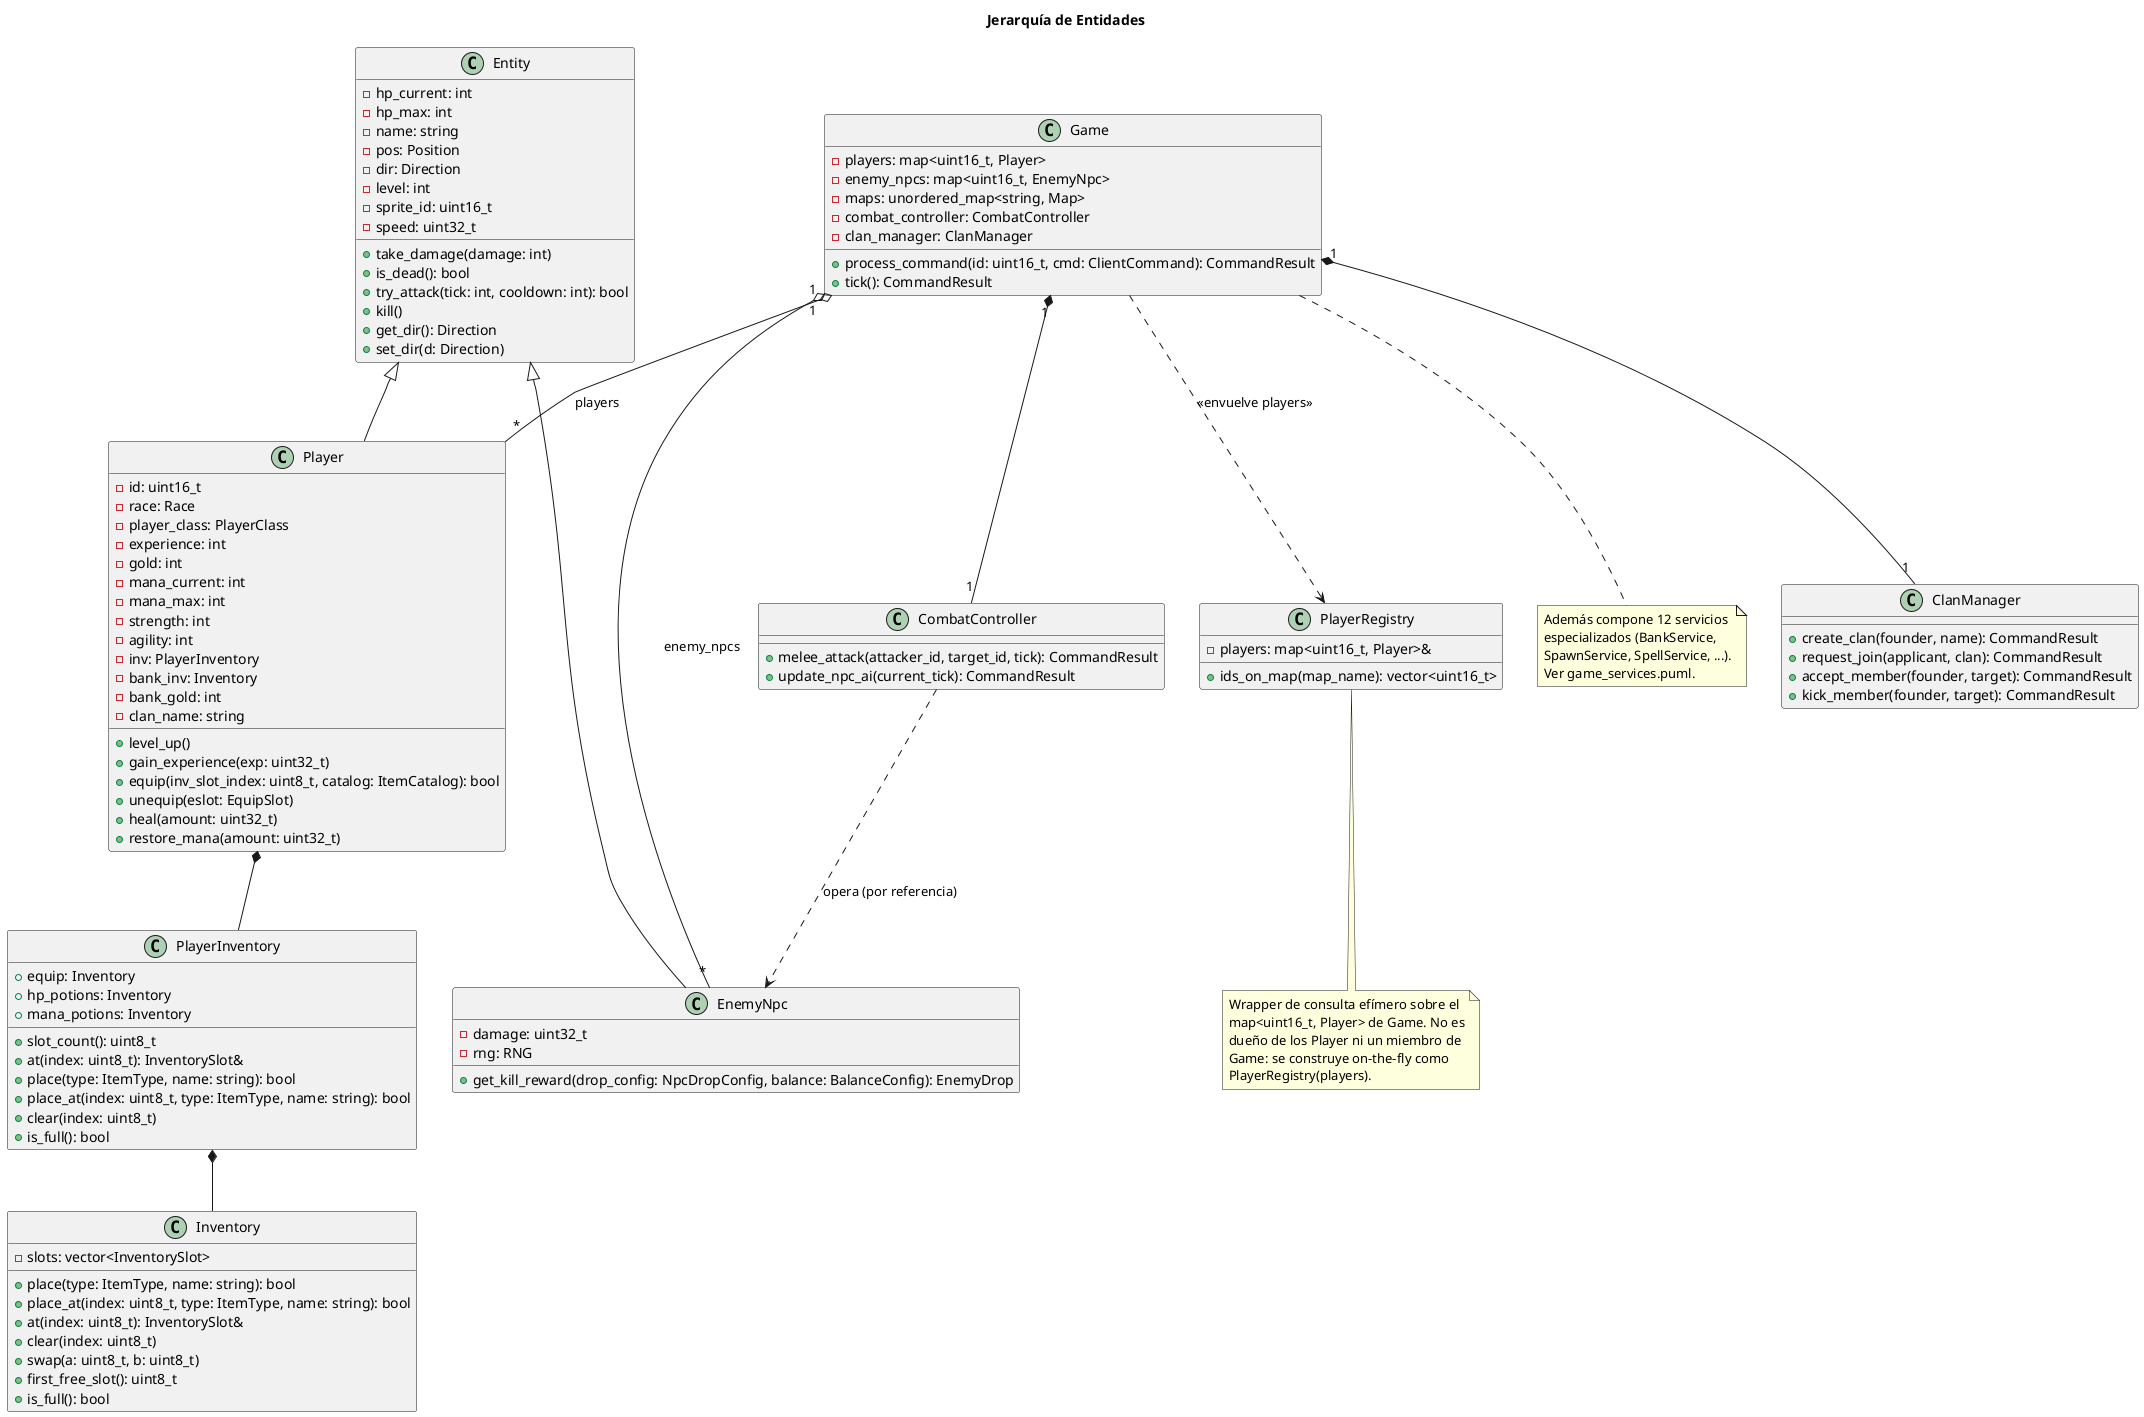
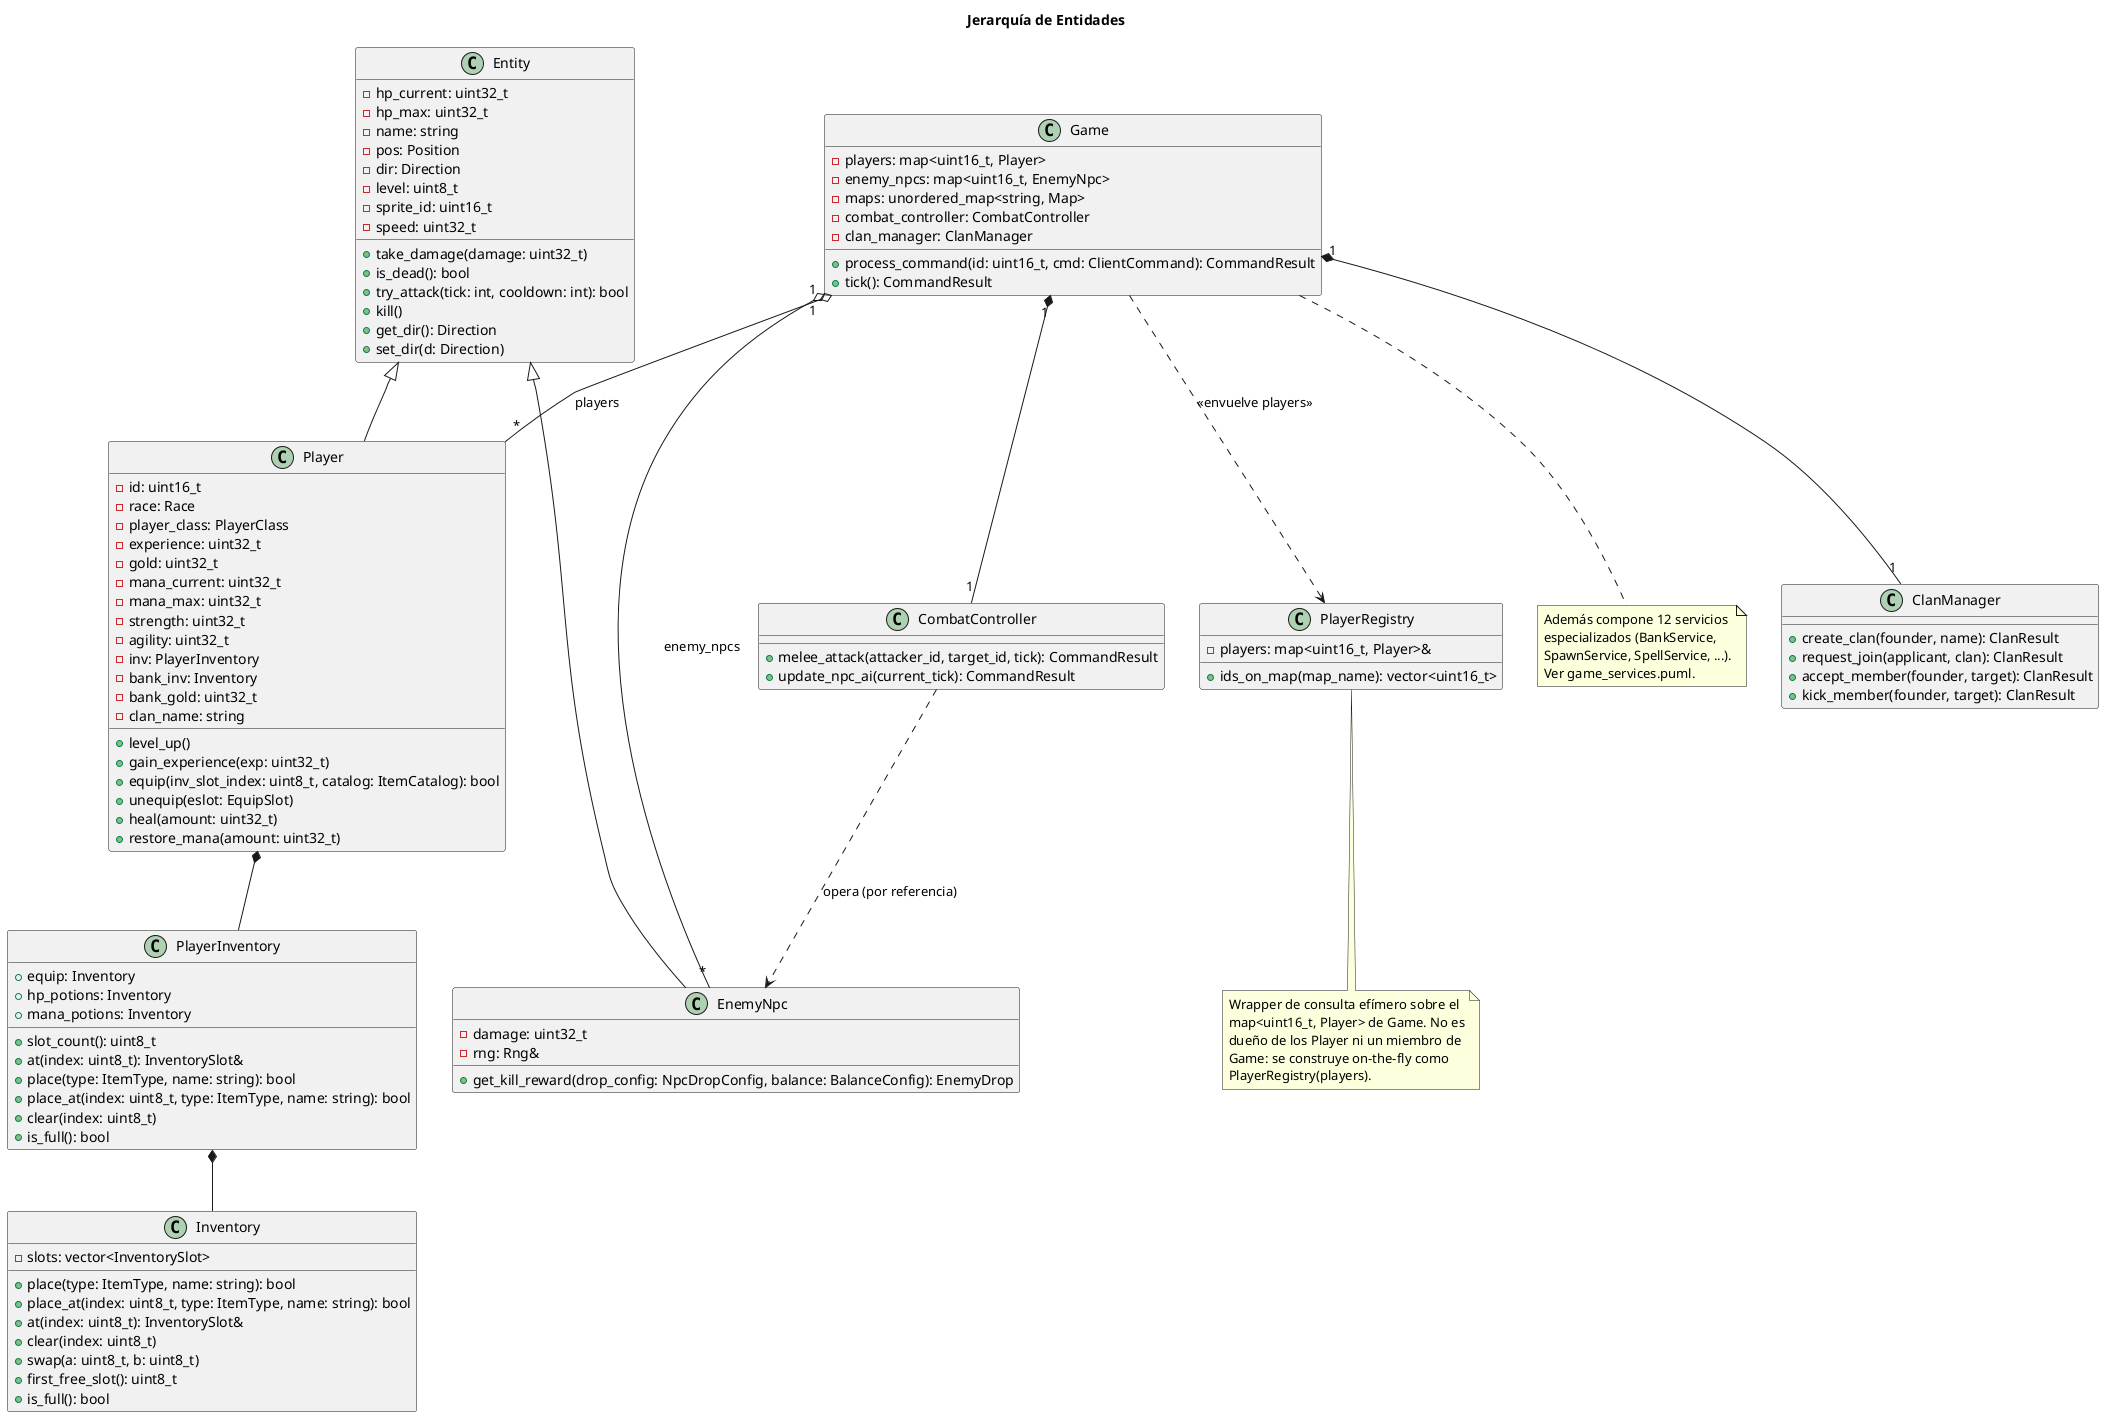
@startuml
title Jerarquía de Entidades

class Entity {
-   - hp_current: int
-   - hp_max: int
+   - hp_current: uint32_t
+   - hp_max: uint32_t
  - name: string
  - pos: Position
  - dir: Direction
-   - level: int
+   - level: uint8_t
  - sprite_id: uint16_t
  - speed: uint32_t
-   + take_damage(damage: int)
+   + take_damage(damage: uint32_t)
  + is_dead(): bool
  + try_attack(tick: int, cooldown: int): bool
  + kill()
  + get_dir(): Direction
  + set_dir(d: Direction)
}

class Player {
  - id: uint16_t
  - race: Race
  - player_class: PlayerClass
-   - experience: int
-   - gold: int
-   - mana_current: int
-   - mana_max: int
-   - strength: int
-   - agility: int
+   - experience: uint32_t
+   - gold: uint32_t
+   - mana_current: uint32_t
+   - mana_max: uint32_t
+   - strength: uint32_t
+   - agility: uint32_t
  - inv: PlayerInventory
  - bank_inv: Inventory
-   - bank_gold: int
+   - bank_gold: uint32_t
  - clan_name: string
  + level_up()
  + gain_experience(exp: uint32_t)
  + equip(inv_slot_index: uint8_t, catalog: ItemCatalog): bool
  + unequip(eslot: EquipSlot)
  + heal(amount: uint32_t)
  + restore_mana(amount: uint32_t)
}

class EnemyNpc {
  - damage: uint32_t
-   - rng: RNG
+   - rng: Rng&
  + get_kill_reward(drop_config: NpcDropConfig, balance: BalanceConfig): EnemyDrop
}

class PlayerInventory {
  + equip: Inventory
  + hp_potions: Inventory
  + mana_potions: Inventory
  + slot_count(): uint8_t
  + at(index: uint8_t): InventorySlot&
  + place(type: ItemType, name: string): bool
  + place_at(index: uint8_t, type: ItemType, name: string): bool
  + clear(index: uint8_t)
  + is_full(): bool
}

class Inventory {
  - slots: vector<InventorySlot>
  + place(type: ItemType, name: string): bool
  + place_at(index: uint8_t, type: ItemType, name: string): bool
  + at(index: uint8_t): InventorySlot&
  + clear(index: uint8_t)
  + swap(a: uint8_t, b: uint8_t)
  + first_free_slot(): uint8_t
  + is_full(): bool
}

class PlayerRegistry {
  - players: map<uint16_t, Player>&
  + ids_on_map(map_name): vector<uint16_t>
}
note bottom of PlayerRegistry
  Wrapper de consulta efímero sobre el
  map<uint16_t, Player> de Game. No es
  dueño de los Player ni un miembro de
  Game: se construye on-the-fly como
  PlayerRegistry(players).
end note

class Game {
  - players: map<uint16_t, Player>
  - enemy_npcs: map<uint16_t, EnemyNpc>
  - maps: unordered_map<string, Map>
  - combat_controller: CombatController
  - clan_manager: ClanManager
  + process_command(id: uint16_t, cmd: ClientCommand): CommandResult
  + tick(): CommandResult
}
note bottom of Game
  Además compone 12 servicios
  especializados (BankService,
  SpawnService, SpellService, ...).
  Ver game_services.puml.
end note

class CombatController {
  + melee_attack(attacker_id, target_id, tick): CommandResult
  + update_npc_ai(current_tick): CommandResult
}

class ClanManager {
-   + create_clan(founder, name): CommandResult
-   + request_join(applicant, clan): CommandResult
-   + accept_member(founder, target): CommandResult
-   + kick_member(founder, target): CommandResult
+   + create_clan(founder, name): ClanResult
+   + request_join(applicant, clan): ClanResult
+   + accept_member(founder, target): ClanResult
+   + kick_member(founder, target): ClanResult
}

Entity <|-- Player
Entity <|-- EnemyNpc
Player *-- PlayerInventory
PlayerInventory *-- Inventory
Game "1" o-- "*" Player : players
Game "1" o-- "*" EnemyNpc : enemy_npcs
Game "1" *-- "1" CombatController
Game "1" *-- "1" ClanManager
Game ..> PlayerRegistry : <<envuelve players>>
CombatController ..> EnemyNpc : opera (por referencia)
@enduml